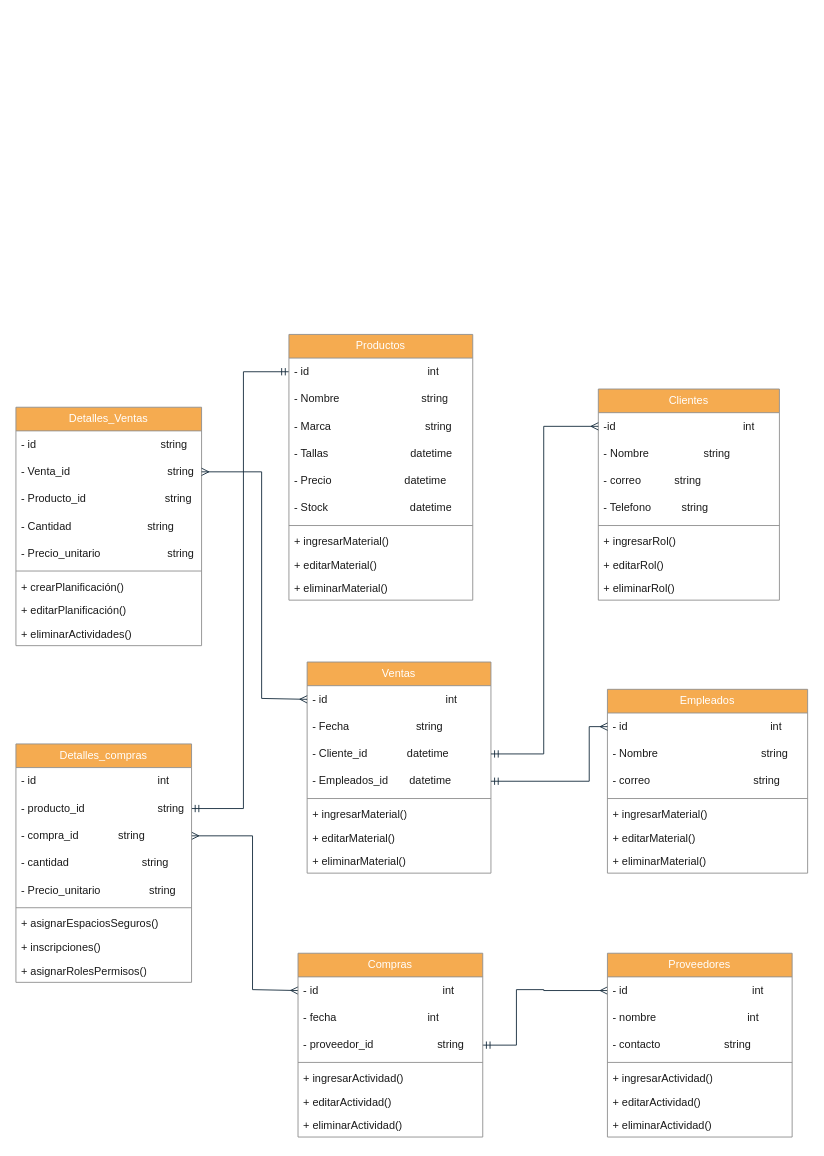
NealD00/Diagramin keeps this draw.io diagram as Sombreros.drawio. Above is the earlier version. Source tidied: cells renumbered, new cells numbered last; positions are measured from the earlier drawing's top-left corner, leaving out a move shared by most shapes. Both pictures are drawn from the tidied source at 91%, with x=0, y=0 at pixel (15, 334).
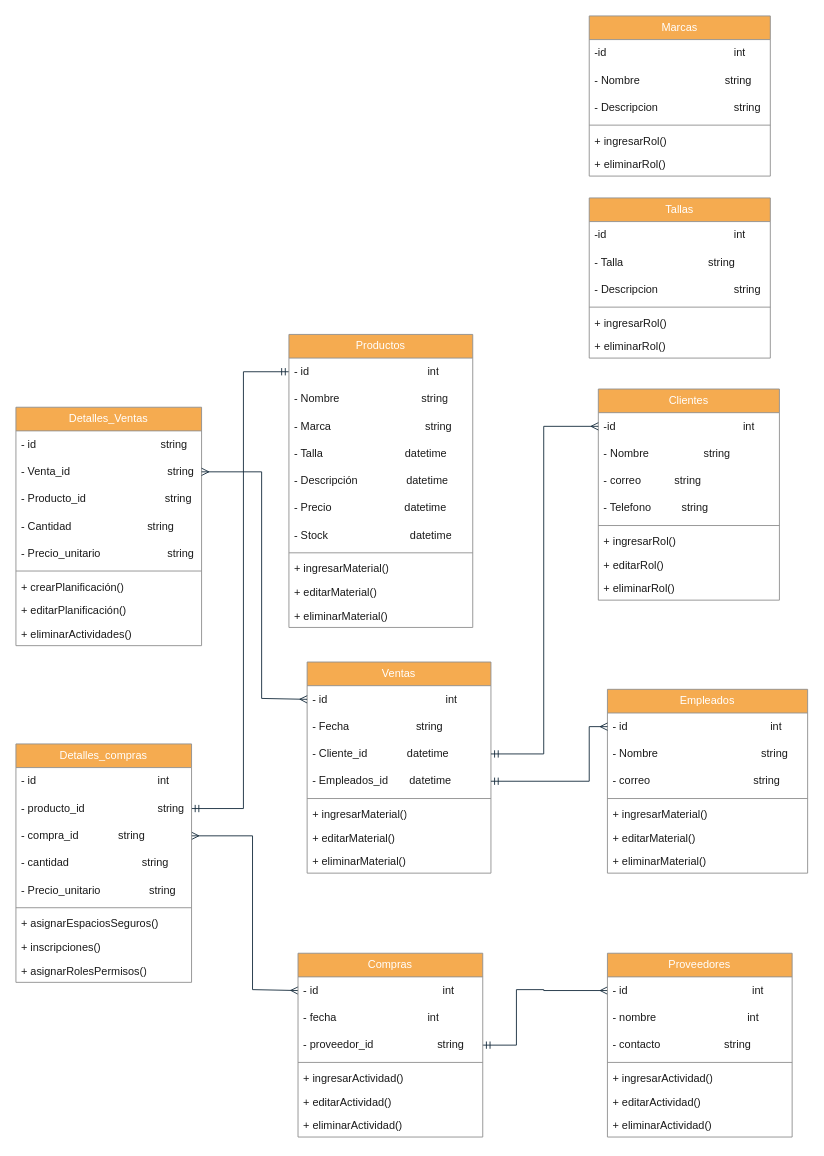
The same page after the edit.

What changed in the source:
```diff
@@
     <mxCell id="60" value="&lt;span style=&quot;color: rgb(255, 255, 255);&quot;&gt;Productos&lt;/span&gt;" style="swimlane;fontStyle=0;align=center;verticalAlign=middle;horizontal=1;startSize=26;whiteSpace=wrap;html=1;strokeColor=#909090;fontFamily=Helvetica;fontSize=12;fontColor=#1A1A1A;labelBackgroundColor=none;fillColor=#F5AB50;" parent="1" vertex="1">
-      <mxGeometry x="300" width="202" height="292" as="geometry" />
+      <mxGeometry x="300" width="202" height="322" as="geometry" />
     </mxCell>
@@
-    <mxCell id="64" value="- Tallas&amp;nbsp; &amp;nbsp; &amp;nbsp; &amp;nbsp; &amp;nbsp; &amp;nbsp; &amp;nbsp; &amp;nbsp; &amp;nbsp; &amp;nbsp; &amp;nbsp; &amp;nbsp; &amp;nbsp; &amp;nbsp;datetime" style="text;strokeColor=none;fillColor=none;align=left;verticalAlign=middle;spacingLeft=4;spacingRight=4;overflow=hidden;whiteSpace=wrap;html=1;labelBackgroundColor=none;fontColor=#1A1A1A;swimlaneLine=0;" parent="60" vertex="1">
+    <mxCell id="64" value="- Talla&amp;nbsp; &amp;nbsp; &amp;nbsp; &amp;nbsp; &amp;nbsp; &amp;nbsp; &amp;nbsp; &amp;nbsp; &amp;nbsp; &amp;nbsp; &amp;nbsp; &amp;nbsp; &amp;nbsp; &amp;nbsp;datetime" style="text;strokeColor=none;fillColor=none;align=left;verticalAlign=middle;spacingLeft=4;spacingRight=4;overflow=hidden;whiteSpace=wrap;html=1;labelBackgroundColor=none;fontColor=#1A1A1A;swimlaneLine=0;" parent="60" vertex="1">
       <mxGeometry y="116" width="202" height="30" as="geometry" />
     </mxCell>
+    <mxCell id="82" value="- Descripción&amp;nbsp; &amp;nbsp; &amp;nbsp; &amp;nbsp; &amp;nbsp; &amp;nbsp; &amp;nbsp; &amp;nbsp; datetime" style="text;strokeColor=none;fillColor=none;align=left;verticalAlign=middle;spacingLeft=4;spacingRight=4;overflow=hidden;whiteSpace=wrap;html=1;labelBackgroundColor=none;fontColor=#1A1A1A;swimlaneLine=0;" parent="60" vertex="1">
+      <mxGeometry y="146" width="202" height="30" as="geometry" />
+    </mxCell>
     <mxCell id="65" value="- Precio&amp;nbsp; &amp;nbsp; &amp;nbsp; &amp;nbsp; &amp;nbsp; &amp;nbsp; &amp;nbsp; &amp;nbsp; &amp;nbsp; &amp;nbsp; &amp;nbsp; &amp;nbsp; datetime" style="text;strokeColor=none;fillColor=none;align=left;verticalAlign=middle;spacingLeft=4;spacingRight=4;overflow=hidden;whiteSpace=wrap;html=1;labelBackgroundColor=none;fontColor=#1A1A1A;swimlaneLine=0;" parent="60" vertex="1">
-      <mxGeometry y="146" width="202" height="30" as="geometry" />
+      <mxGeometry y="176" width="202" height="30" as="geometry" />
     </mxCell>
     <mxCell id="66" value="- Stock&amp;nbsp; &amp;nbsp; &amp;nbsp; &amp;nbsp; &amp;nbsp; &amp;nbsp; &amp;nbsp; &amp;nbsp; &amp;nbsp; &amp;nbsp; &amp;nbsp; &amp;nbsp; &amp;nbsp; &amp;nbsp;datetime" style="text;strokeColor=none;fillColor=none;align=left;verticalAlign=middle;spacingLeft=4;spacingRight=4;overflow=hidden;whiteSpace=wrap;html=1;labelBackgroundColor=none;fontColor=#1A1A1A;swimlaneLine=0;" parent="60" vertex="1">
-      <mxGeometry y="176" width="202" height="30" as="geometry" />
+      <mxGeometry y="206" width="202" height="30" as="geometry" />
     </mxCell>
     <mxCell id="67" style="line;strokeWidth=1;fillColor=#F5AB50;align=center;verticalAlign=middle;spacingTop=-1;spacingLeft=3;spacingRight=3;labelPosition=right;strokeColor=#909090;fontFamily=Helvetica;fontSize=12;fontColor=#1A1A1A;fontStyle=0;labelBackgroundColor=none;" parent="60" vertex="1">
-      <mxGeometry y="206" width="202" height="8" as="geometry" />
+      <mxGeometry y="236" width="202" height="8" as="geometry" />
     </mxCell>
     <mxCell id="68" value="+ ingresarMaterial()" style="text;strokeColor=none;fillColor=none;align=left;verticalAlign=top;spacingLeft=4;spacingRight=4;overflow=hidden;whiteSpace=wrap;html=1;fontFamily=Helvetica;fontSize=12;fontColor=#1A1A1A;fontStyle=0;labelBackgroundColor=none;" parent="60" vertex="1">
-      <mxGeometry y="214" width="202" height="26" as="geometry" />
+      <mxGeometry y="244" width="202" height="26" as="geometry" />
     </mxCell>
     <mxCell id="69" value="+ editarMaterial()" style="text;strokeColor=none;fillColor=none;align=left;verticalAlign=top;spacingLeft=4;spacingRight=4;overflow=hidden;whiteSpace=wrap;html=1;fontFamily=Helvetica;fontSize=12;fontColor=#1A1A1A;fontStyle=0;labelBackgroundColor=none;" parent="60" vertex="1">
-      <mxGeometry y="240" width="202" height="26" as="geometry" />
+      <mxGeometry y="270" width="202" height="26" as="geometry" />
     </mxCell>
     <mxCell id="70" value="+ eliminarMaterial()" style="text;strokeColor=none;fillColor=none;align=left;verticalAlign=top;spacingLeft=4;spacingRight=4;overflow=hidden;whiteSpace=wrap;html=1;fontFamily=Helvetica;fontSize=12;fontColor=#1A1A1A;fontStyle=0;labelBackgroundColor=none;" parent="60" vertex="1">
-      <mxGeometry y="266" width="202" height="26" as="geometry" />
+      <mxGeometry y="296" width="202" height="26" as="geometry" />
     </mxCell>
@@
+    <mxCell id="83" value="&lt;font color=&quot;#ffffff&quot;&gt;Marcas&lt;/font&gt;" style="swimlane;fontStyle=0;align=center;verticalAlign=middle;horizontal=1;startSize=26;whiteSpace=wrap;html=1;strokeColor=#909090;fontFamily=Helvetica;fontSize=12;fontColor=#1A1A1A;labelBackgroundColor=none;fillColor=#F5AB50;" parent="1" vertex="1">
+      <mxGeometry x="630" y="-350" width="199" height="176" as="geometry" />
+    </mxCell>
+    <mxCell id="84" value="-id&amp;nbsp; &amp;nbsp; &amp;nbsp; &amp;nbsp; &amp;nbsp; &amp;nbsp; &amp;nbsp; &amp;nbsp; &amp;nbsp; &amp;nbsp; &amp;nbsp; &amp;nbsp; &amp;nbsp; &amp;nbsp; &amp;nbsp; &amp;nbsp; &amp;nbsp; &amp;nbsp; &amp;nbsp; &amp;nbsp; &amp;nbsp; int" style="text;strokeColor=none;fillColor=none;align=left;verticalAlign=middle;spacingLeft=4;spacingRight=4;overflow=hidden;whiteSpace=wrap;html=1;labelBackgroundColor=none;fontColor=#1A1A1A;swimlaneLine=0;" parent="83" vertex="1">
+      <mxGeometry y="26" width="199" height="30" as="geometry" />
+    </mxCell>
+    <mxCell id="85" value="- Nombre&amp;nbsp; &amp;nbsp; &amp;nbsp; &amp;nbsp; &amp;nbsp; &amp;nbsp; &amp;nbsp; &amp;nbsp; &amp;nbsp; &amp;nbsp; &amp;nbsp; &amp;nbsp; &amp;nbsp; &amp;nbsp; string" style="text;strokeColor=none;fillColor=none;align=left;verticalAlign=middle;spacingLeft=4;spacingRight=4;overflow=hidden;whiteSpace=wrap;html=1;labelBackgroundColor=none;fontColor=#1A1A1A;swimlaneLine=0;" parent="83" vertex="1">
+      <mxGeometry y="56" width="199" height="30" as="geometry" />
+    </mxCell>
+    <mxCell id="86" value="- Descripcion&amp;nbsp; &amp;nbsp; &amp;nbsp; &amp;nbsp; &amp;nbsp; &amp;nbsp; &amp;nbsp; &amp;nbsp; &amp;nbsp; &amp;nbsp; &amp;nbsp; &amp;nbsp; &amp;nbsp;string" style="text;strokeColor=none;fillColor=none;align=left;verticalAlign=middle;spacingLeft=4;spacingRight=4;overflow=hidden;whiteSpace=wrap;html=1;labelBackgroundColor=none;fontColor=#1A1A1A;swimlaneLine=0;" parent="83" vertex="1">
+      <mxGeometry y="86" width="199" height="30" as="geometry" />
+    </mxCell>
+    <mxCell id="87" style="line;strokeWidth=1;fillColor=#F5AB50;align=center;verticalAlign=middle;spacingTop=-1;spacingLeft=3;spacingRight=3;labelPosition=right;strokeColor=#909090;fontFamily=Helvetica;fontSize=12;fontColor=#1A1A1A;fontStyle=0;labelBackgroundColor=none;" parent="83" vertex="1">
+      <mxGeometry y="116" width="199" height="8" as="geometry" />
+    </mxCell>
+    <mxCell id="88" value="+ ingresarRol()" style="text;strokeColor=none;fillColor=none;align=left;verticalAlign=top;spacingLeft=4;spacingRight=4;overflow=hidden;whiteSpace=wrap;html=1;fontFamily=Helvetica;fontSize=12;fontColor=#1A1A1A;fontStyle=0;labelBackgroundColor=none;" parent="83" vertex="1">
+      <mxGeometry y="124" width="199" height="26" as="geometry" />
+    </mxCell>
+    <mxCell id="89" value="+ eliminarRol()" style="text;strokeColor=none;fillColor=none;align=left;verticalAlign=top;spacingLeft=4;spacingRight=4;overflow=hidden;whiteSpace=wrap;html=1;fontFamily=Helvetica;fontSize=12;fontColor=#1A1A1A;fontStyle=0;labelBackgroundColor=none;" parent="83" vertex="1">
+      <mxGeometry y="150" width="199" height="26" as="geometry" />
+    </mxCell>
+    <mxCell id="90" value="&lt;font color=&quot;#ffffff&quot;&gt;Tallas&lt;/font&gt;" style="swimlane;fontStyle=0;align=center;verticalAlign=middle;horizontal=1;startSize=26;whiteSpace=wrap;html=1;strokeColor=#909090;fontFamily=Helvetica;fontSize=12;fontColor=#1A1A1A;labelBackgroundColor=none;fillColor=#F5AB50;" parent="1" vertex="1">
+      <mxGeometry x="630" y="-150" width="199" height="176" as="geometry" />
+    </mxCell>
+    <mxCell id="91" value="-id&amp;nbsp; &amp;nbsp; &amp;nbsp; &amp;nbsp; &amp;nbsp; &amp;nbsp; &amp;nbsp; &amp;nbsp; &amp;nbsp; &amp;nbsp; &amp;nbsp; &amp;nbsp; &amp;nbsp; &amp;nbsp; &amp;nbsp; &amp;nbsp; &amp;nbsp; &amp;nbsp; &amp;nbsp; &amp;nbsp; &amp;nbsp; int" style="text;strokeColor=none;fillColor=none;align=left;verticalAlign=middle;spacingLeft=4;spacingRight=4;overflow=hidden;whiteSpace=wrap;html=1;labelBackgroundColor=none;fontColor=#1A1A1A;swimlaneLine=0;" parent="90" vertex="1">
+      <mxGeometry y="26" width="199" height="30" as="geometry" />
+    </mxCell>
+    <mxCell id="92" value="- Talla&amp;nbsp; &amp;nbsp; &amp;nbsp; &amp;nbsp; &amp;nbsp; &amp;nbsp; &amp;nbsp; &amp;nbsp; &amp;nbsp; &amp;nbsp; &amp;nbsp; &amp;nbsp; &amp;nbsp; &amp;nbsp; string" style="text;strokeColor=none;fillColor=none;align=left;verticalAlign=middle;spacingLeft=4;spacingRight=4;overflow=hidden;whiteSpace=wrap;html=1;labelBackgroundColor=none;fontColor=#1A1A1A;swimlaneLine=0;" parent="90" vertex="1">
+      <mxGeometry y="56" width="199" height="30" as="geometry" />
+    </mxCell>
+    <mxCell id="93" value="- Descripcion&amp;nbsp; &amp;nbsp; &amp;nbsp; &amp;nbsp; &amp;nbsp; &amp;nbsp; &amp;nbsp; &amp;nbsp; &amp;nbsp; &amp;nbsp; &amp;nbsp; &amp;nbsp; &amp;nbsp;string" style="text;strokeColor=none;fillColor=none;align=left;verticalAlign=middle;spacingLeft=4;spacingRight=4;overflow=hidden;whiteSpace=wrap;html=1;labelBackgroundColor=none;fontColor=#1A1A1A;swimlaneLine=0;" parent="90" vertex="1">
+      <mxGeometry y="86" width="199" height="30" as="geometry" />
+    </mxCell>
+    <mxCell id="94" style="line;strokeWidth=1;fillColor=#F5AB50;align=center;verticalAlign=middle;spacingTop=-1;spacingLeft=3;spacingRight=3;labelPosition=right;strokeColor=#909090;fontFamily=Helvetica;fontSize=12;fontColor=#1A1A1A;fontStyle=0;labelBackgroundColor=none;" parent="90" vertex="1">
+      <mxGeometry y="116" width="199" height="8" as="geometry" />
+    </mxCell>
+    <mxCell id="95" value="+ ingresarRol()" style="text;strokeColor=none;fillColor=none;align=left;verticalAlign=top;spacingLeft=4;spacingRight=4;overflow=hidden;whiteSpace=wrap;html=1;fontFamily=Helvetica;fontSize=12;fontColor=#1A1A1A;fontStyle=0;labelBackgroundColor=none;" parent="90" vertex="1">
+      <mxGeometry y="124" width="199" height="26" as="geometry" />
+    </mxCell>
+    <mxCell id="96" value="+ eliminarRol()" style="text;strokeColor=none;fillColor=none;align=left;verticalAlign=top;spacingLeft=4;spacingRight=4;overflow=hidden;whiteSpace=wrap;html=1;fontFamily=Helvetica;fontSize=12;fontColor=#1A1A1A;fontStyle=0;labelBackgroundColor=none;" parent="90" vertex="1">
+      <mxGeometry y="150" width="199" height="26" as="geometry" />
+    </mxCell>
```
